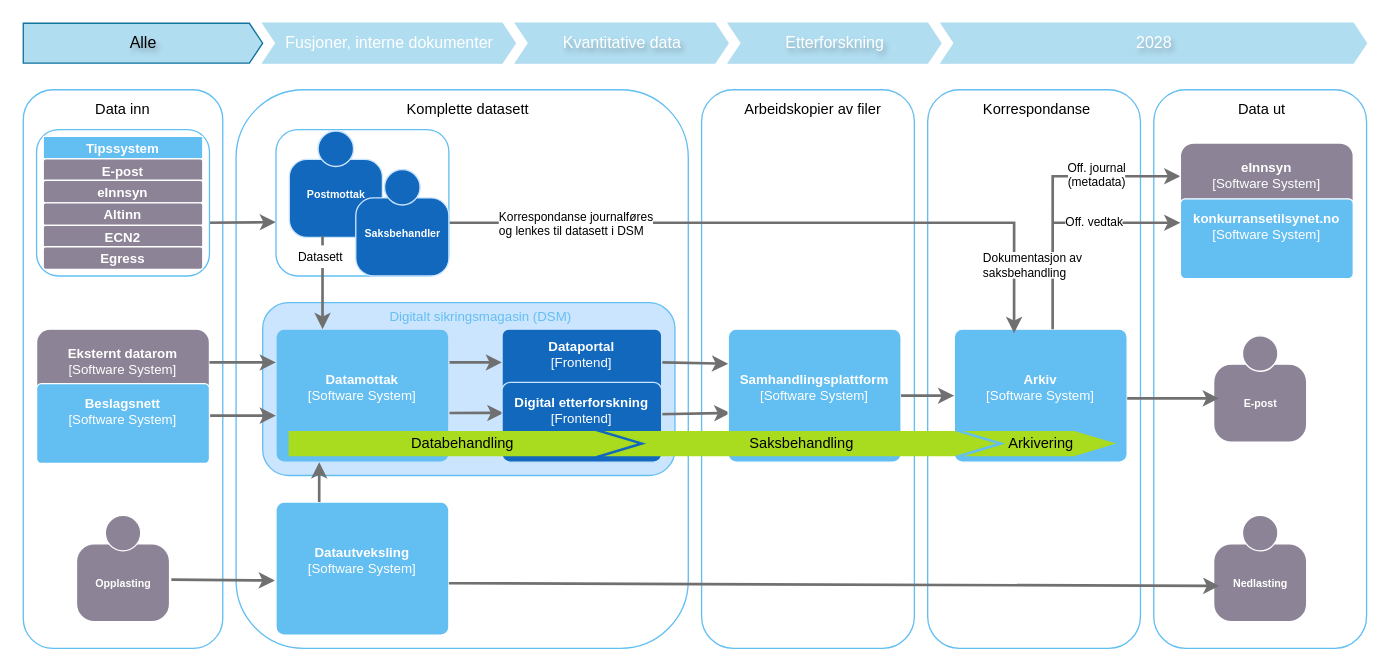
Above: page "2026 Alle" (1 of 8) of dataflyt.drawio in mortenee/draw.io (draw.io), before the change. Source tidied: cells renumbered, new cells numbered last; positions are measured from the earlier drawing's top-left corner, leaving out a move shared by most shapes. Both pictures are drawn from the tidied source at 133%, with x=0, y=0 at pixel (23, 23).
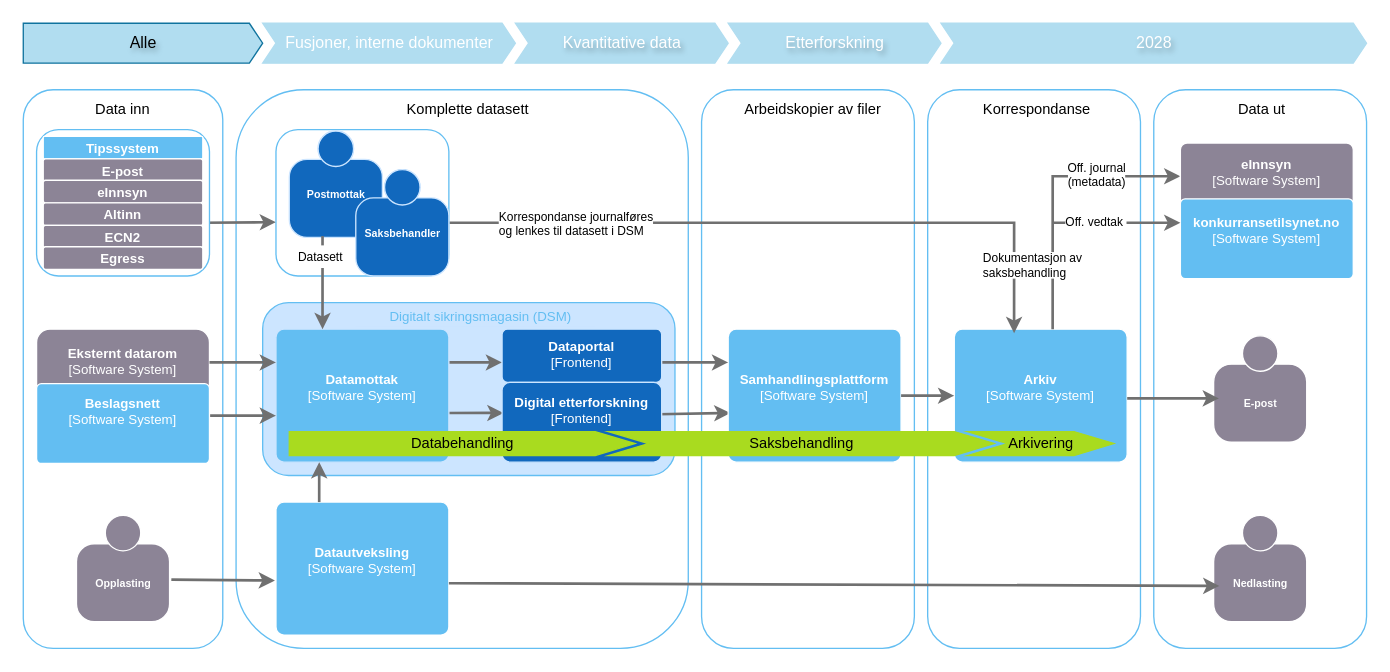
The same page after the edit.

The change refers to these unchanged cells:
```xml
<object id="12" label="&lt;b&gt;%c4Name%&lt;/b&gt;&lt;div&gt;[%c4Type%]&lt;/div&gt;&lt;br&gt;&lt;div&gt;%c4Description%&lt;/div&gt;" c4Description="" c4Name="Samhandlingsplattform" c4Type="Software System" placeholders="1">
  <mxCell style="rounded=1;whiteSpace=wrap;html=1;labelBackgroundColor=none;fillColor=#63BEF2;align=center;arcSize=6;strokeColor=#FFFFFF;metaData={&quot;c4Type&quot;:{&quot;editable&quot;:false}};points=[[0.25,0,0],[0.5,0,0],[0.75,0,0],[1,0.25,0],[1,0.5,0],[1,0.75,0],[0.75,1,0],[0.5,1,0],[0.25,1,0],[0,0.75,0],[0,0.5,0],[0,0.25,0]];verticalAlign=middle;fontFamily=Helvetica;fontSize=10;fontColor=#ffffff;" parent="1" vertex="1">
    <mxGeometry x="530" y="230" width="130" height="100" as="geometry" />
  </mxCell>
</object>
<object id="13" label="&lt;b&gt;%c4Name%&lt;/b&gt;&lt;div&gt;[%c4Type%]&lt;/div&gt;&lt;br&gt;&lt;div&gt;%c4Description%&lt;/div&gt;" c4Description="" c4Name="Arkiv" c4Type="Software System" placeholders="1">
  <mxCell style="rounded=1;whiteSpace=wrap;html=1;labelBackgroundColor=none;fillColor=#63BEF2;align=center;arcSize=6;strokeColor=#FFFFFF;metaData={&quot;c4Type&quot;:{&quot;editable&quot;:false}};points=[[0.25,0,0],[0.5,0,0],[0.75,0,0],[1,0.25,0],[1,0.5,0],[1,0.75,0],[0.75,1,0],[0.5,1,0],[0.25,1,0],[0,0.75,0],[0,0.5,0],[0,0.25,0]];verticalAlign=middle;fontFamily=Helvetica;fontSize=10;fontColor=#ffffff;" parent="1" vertex="1">
    <mxGeometry x="700" y="230" width="130" height="100" as="geometry" />
  </mxCell>
</object>
<object id="31" label="&lt;font&gt;&lt;b&gt;%c4Name%&lt;/b&gt;&lt;/font&gt;&lt;div&gt;[%c4Type%]&lt;/div&gt;&lt;br&gt;&lt;div&gt;&lt;font&gt;&lt;font color=&quot;#cccccc&quot;&gt;%c4Description%&lt;/font&gt;&lt;/font&gt;&lt;/div&gt;" c4Description="" c4Name="Datamottak" c4Type="Software System" placeholders="1">
  <mxCell style="rounded=1;whiteSpace=wrap;html=1;labelBackgroundColor=none;fillColor=#63BEF2;fontColor=#ffffff;align=center;arcSize=6;strokeColor=#CCE5FF;points=[[0.25,0,0],[0.5,0,0],[0.75,0,0],[1,0.25,0],[1,0.5,0],[1,0.75,0],[0.75,1,0],[0.5,1,0],[0.25,1,0],[0,0.75,0],[0,0.5,0],[0,0.25,0]];spacingBottom=0;verticalAlign=middle;fontFamily=Helvetica;fontSize=10;" parent="1" vertex="1">
    <mxGeometry x="190" y="230" width="130" height="100" as="geometry" />
  </mxCell>
</object>
```

What changed in the source:
```diff
@@
-    <mxCell id="21" style="edgeStyle=none;rounded=0;jettySize=auto;html=1;strokeColor=#707070;strokeWidth=2;fontColor=#707070;entryX=0;entryY=0.5;entryDx=0;entryDy=0;entryPerimeter=0;exitX=1;exitY=0.25;exitDx=0;exitDy=0;exitPerimeter=0;" parent="1" edge="1" source="31" target="28">
+    <mxCell id="21" style="edgeStyle=none;rounded=0;jettySize=auto;html=1;strokeColor=#707070;strokeWidth=2;fontColor=#707070;entryX=0;entryY=0.625;entryDx=0;entryDy=0;entryPerimeter=0;exitX=1;exitY=0.25;exitDx=0;exitDy=0;exitPerimeter=0;" parent="1" edge="1" source="31" target="28">
       <mxGeometry relative="1" as="geometry" />
     </mxCell>
-    <mxCell id="22" style="edgeStyle=none;rounded=0;jettySize=auto;html=1;strokeColor=#707070;strokeWidth=2;fontColor=#707070;exitX=1;exitY=0.5;exitDx=0;exitDy=0;exitPerimeter=0;" parent="1" edge="1" source="28">
-      <mxGeometry relative="1" as="geometry">
-        <mxPoint x="530" y="256" as="targetPoint" />
-      </mxGeometry>
+    <mxCell id="22" style="edgeStyle=none;rounded=0;jettySize=auto;html=1;strokeColor=#707070;strokeWidth=2;fontColor=#707070;exitX=1;exitY=0.625;exitDx=0;exitDy=0;exitPerimeter=0;entryX=0;entryY=0.25;entryDx=0;entryDy=0;entryPerimeter=0;" parent="1" edge="1" source="28" target="12">
+      <mxGeometry relative="1" as="geometry" />
     </mxCell>
@@
-    <mxCell id="26" style="edgeStyle=orthogonalEdgeStyle;rounded=0;jettySize=auto;html=1;strokeColor=#707070;strokeWidth=2;fontColor=#707070;exitX=0.569;exitY=0;exitDx=0;exitDy=0;exitPerimeter=0;entryX=0;entryY=0.25;entryDx=0;entryDy=0;entryPerimeter=0;" parent="1" edge="1" source="13" target="47">
+    <mxCell id="26" style="edgeStyle=orthogonalEdgeStyle;rounded=0;jettySize=auto;html=1;strokeColor=#707070;strokeWidth=2;fontColor=#707070;exitX=0.569;exitY=0;exitDx=0;exitDy=0;exitPerimeter=0;entryX=0;entryY=0.5;entryDx=0;entryDy=0;entryPerimeter=0;" parent="1" edge="1" source="13" target="47">
       <mxGeometry relative="1" as="geometry" />
     </mxCell>
@@
     <object id="28" label="&lt;font&gt;&lt;b&gt;%c4Name%&lt;/b&gt;&lt;/font&gt;&lt;div&gt;[%c4Type%]&lt;/div&gt;&lt;br&gt;&lt;div&gt;&lt;font&gt;&lt;font color=&quot;#cccccc&quot;&gt;%c4Description%&lt;/font&gt;&lt;/font&gt;&lt;/div&gt;" c4Description="" c4Name="Dataportal" c4Type="Frontend" placeholders="1">
-      <mxCell style="rounded=1;whiteSpace=wrap;html=1;labelBackgroundColor=none;fillColor=#1168BD;fontColor=#ffffff;align=center;arcSize=10;strokeColor=#CCE5FF;points=[[0.25,0,0],[0.5,0,0],[0.75,0,0],[1,0.25,0],[1,0.5,0],[1,0.75,0],[0.75,1,0],[0.5,1,0],[0.25,1,0],[0,0.75,0],[0,0.5,0],[0,0.25,0]];spacingBottom=0;verticalAlign=middle;fontFamily=Helvetica;fontSize=10;" parent="1" vertex="1">
-        <mxGeometry x="360" y="230" width="120" height="50" as="geometry" />
+      <mxCell style="rounded=1;whiteSpace=wrap;html=1;labelBackgroundColor=none;fillColor=#1168BD;fontColor=#ffffff;align=center;arcSize=10;strokeColor=#CCE5FF;points=[[0.25,0,0],[0.5,0,0],[0.75,0,0],[1,0.25,0],[1,0.5,0],[1,0.75,0],[0.75,1,0],[0.5,1,0],[0.25,1,0],[0,0.75,0],[0,0.5,0],[0,0.25,0]];spacingBottom=-10;verticalAlign=middle;fontFamily=Helvetica;fontSize=10;" parent="1" vertex="1">
+        <mxGeometry x="360" y="230" width="120" height="40" as="geometry" />
       </mxCell>
     </object>
@@
     <object id="47" label="&lt;font&gt;&lt;b&gt;%c4Name%&lt;/b&gt;&lt;/font&gt;&lt;div&gt;[%c4Type%]&lt;/div&gt;&lt;br&gt;&lt;div&gt;&lt;font&gt;&lt;font color=&quot;#cccccc&quot;&gt;%c4Description%&lt;/font&gt;&lt;/font&gt;&lt;/div&gt;" c4Description="" c4Name="eInnsyn" c4Type="Software System" placeholders="1">
-      <mxCell style="rounded=1;whiteSpace=wrap;html=1;labelBackgroundColor=none;fillColor=#8C8496;fontColor=#ffffff;align=center;arcSize=10;strokeColor=#FFFFFF;points=[[0.25,0,0],[0.5,0,0],[0.75,0,0],[1,0.25,0],[1,0.5,0],[1,0.75,0],[0.75,1,0],[0.5,1,0],[0.25,1,0],[0,0.75,0],[0,0.5,0],[0,0.25,0]];spacingBottom=40;fontSize=10;" parent="1" vertex="1">
-        <mxGeometry x="870" y="90" width="130" height="100" as="geometry" />
+      <mxCell style="rounded=1;whiteSpace=wrap;html=1;labelBackgroundColor=none;fillColor=#8C8496;fontColor=#ffffff;align=center;arcSize=10;strokeColor=#FFFFFF;points=[[0.25,0,0],[0.5,0,0],[0.75,0,0],[1,0.25,0],[1,0.5,0],[1,0.75,0],[0.75,1,0],[0.5,1,0],[0.25,1,0],[0,0.75,0],[0,0.5,0],[0,0.25,0]];spacingBottom=-6;fontSize=10;" parent="1" vertex="1">
+        <mxGeometry x="870" y="90" width="130" height="50" as="geometry" />
       </mxCell>
     </object>
     <object id="48" label="&lt;font&gt;&lt;b&gt;%c4Name%&lt;/b&gt;&lt;/font&gt;&lt;div&gt;[%c4Type%]&lt;/div&gt;&lt;br&gt;&lt;div&gt;&lt;font&gt;&lt;font color=&quot;#cccccc&quot;&gt;%c4Description%&lt;/font&gt;&lt;/font&gt;&lt;/div&gt;" c4Description="" c4Name="konkurransetilsynet.no" c4Type="Software System" placeholders="1">
-      <mxCell style="rounded=1;whiteSpace=wrap;html=1;labelBackgroundColor=none;fillColor=#63BEF2;fontColor=#ffffff;align=center;arcSize=6;strokeColor=#FFFFFF;verticalAlign=middle;fontFamily=Helvetica;fontSize=10;spacingBottom=6;" parent="1" vertex="1">
+      <mxCell style="rounded=1;whiteSpace=wrap;html=1;labelBackgroundColor=none;fillColor=#63BEF2;fontColor=#ffffff;align=center;arcSize=6;strokeColor=#FFFFFF;verticalAlign=middle;fontFamily=Helvetica;fontSize=10;spacingBottom=0;" parent="1" vertex="1">
         <mxGeometry x="870" y="132" width="130" height="60" as="geometry" />
       </mxCell>
     </object>
@@
-    <mxCell id="53" value="Off. vedtak" style="edgeLabel;html=1;align=left;verticalAlign=middle;fontSize=9;rotation=0;spacingBottom=11;" parent="1" vertex="1">
+    <mxCell id="53" value="Off. vedtak&amp;nbsp;" style="edgeLabel;html=1;align=left;verticalAlign=middle;fontSize=9;rotation=0;spacingBottom=11;" parent="1" vertex="1">
       <mxGeometry x="790" y="157" as="geometry">
         <mxPoint x="-8" y="-2" as="offset" />
       </mxGeometry>
     </mxCell>
```
